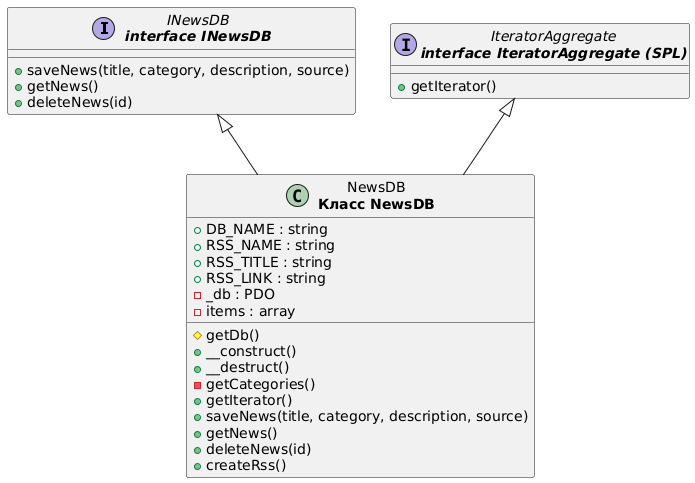
xImDoctor/web-labs keeps this PlantUML diagram as lab6/diagrams/news_diagram.png. Above is the earlier version.
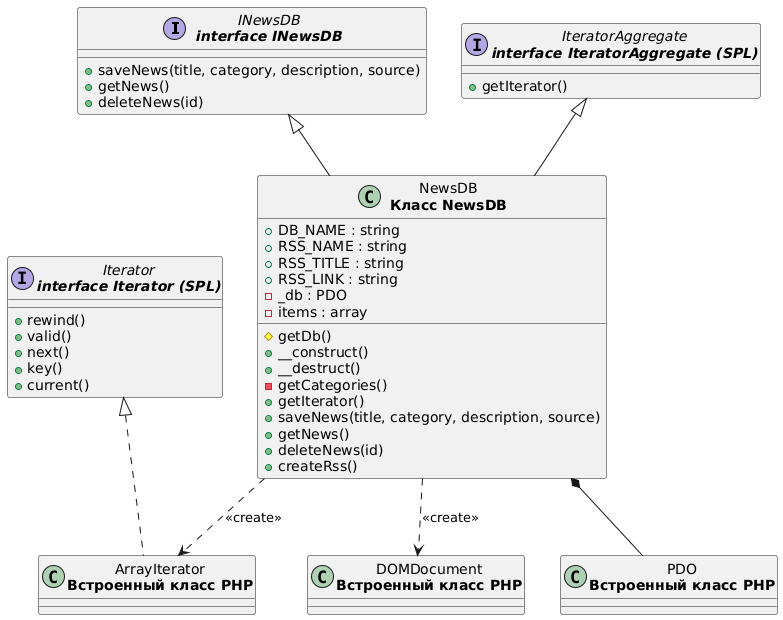
After the change.

Commit message:
Upd lab6 diagram

Diff of the diagram source:
```diff
@@ -7,6 +7,14 @@
 
   interface "IteratorAggregate\n<b>interface IteratorAggregate (SPL)</b>" as IteratorAggregate {
     +getIterator()
+  }
+
+  interface "Iterator\n<b>interface Iterator (SPL)</b>" as Iterator {
+    +rewind()
+    +valid()
+    +next()
+    +key()
+    +current()
   }
 
   class "NewsDB\n<b>Класс NewsDB</b>" as NewsDB {
@@ -27,6 +35,16 @@
     +createRss()
   }
 
+  class "PDO\n<b>Встроенный класс PHP</b>" as PDO
+
+  class "ArrayIterator\n<b>Встроенный класс PHP</b>" as ArrayIterator
+
+  class "DOMDocument\n<b>Встроенный класс PHP</b>" as DOMDocument
+
   INewsDB <|-- NewsDB
   IteratorAggregate <|-- NewsDB
+  Iterator <|.. ArrayIterator
+  NewsDB *-- PDO
+  NewsDB ..> ArrayIterator : <<create>>
+  NewsDB ..> DOMDocument : <<create>>
 @enduml
```
